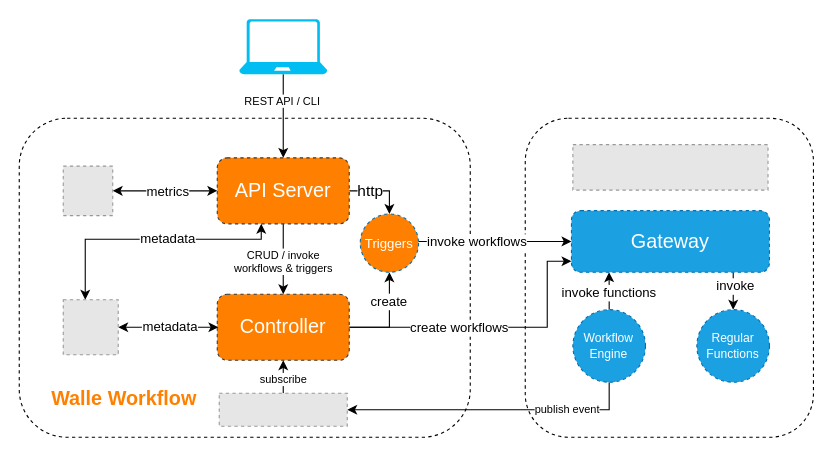
Earlier version of the draw.io diagram Architecture.drawio (yubinnng/walle). Source tidied: cells renumbered, new cells numbered last; positions are measured from the earlier drawing's top-left corner, leaving out a move shared by most shapes. Both pictures are drawn from the tidied source at 110%, with x=0, y=0 at pixel (19, 19). Pictures stored in the file or linked from it are replaced by grey dashed boxes.
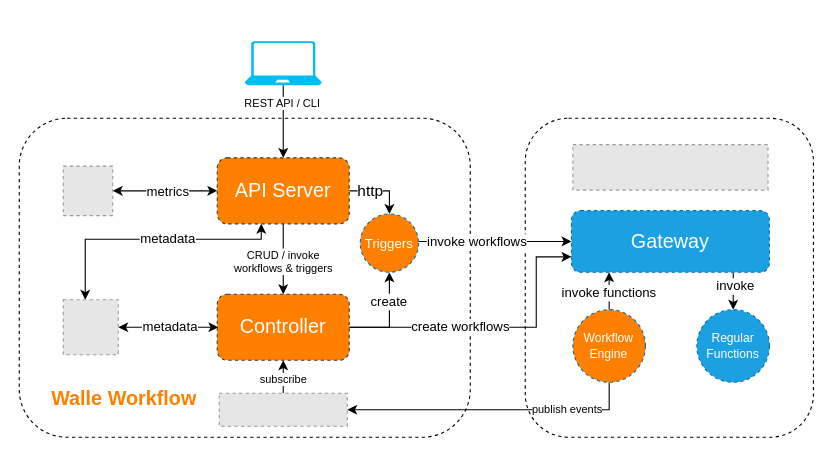
The same page after the edit.

Unchanged cells that the change refers to:
```xml
<mxCell id="6" value="Gateway" style="whiteSpace=wrap;html=1;rounded=1;dashed=1;fillColor=#1ba1e2;fontColor=#ffffff;strokeColor=#006EAF;fontSize=18;" parent="1" vertex="1">
  <mxGeometry x="502" y="174" width="180" height="56" as="geometry" />
</mxCell>
<mxCell id="10" style="edgeStyle=orthogonalEdgeStyle;rounded=0;jettySize=auto;html=1;entryX=1;entryY=0.5;entryDx=0;entryDy=0;fontSize=12;fontColor=#000000;startArrow=none;startFill=0;endArrow=classic;endFill=1;exitX=0.5;exitY=1;exitDx=0;exitDy=0;" parent="1" edge="1" source="12" target="31">
  <mxGeometry relative="1" as="geometry" />
</mxCell>
<mxCell id="19" style="edgeStyle=orthogonalEdgeStyle;rounded=0;jettySize=auto;html=1;fontSize=18;fontColor=#FFFFFF;" parent="1" edge="1" source="21" target="18">
  <mxGeometry relative="1" as="geometry" />
</mxCell>
<mxCell id="30" value="Controller" style="whiteSpace=wrap;html=1;rounded=1;dashed=1;fontSize=18;fillColor=#FF8000;strokeColor=#36393d;fontColor=#FFFFFF;" parent="1" vertex="1">
  <mxGeometry x="180" y="250" width="120" height="60" as="geometry" />
</mxCell>
```

The edit, as a diff of the source:
```diff
@@
-    <mxCell id="11" value="publish event" style="edgeLabel;html=1;align=center;verticalAlign=middle;fontSize=10;fontColor=#000000;" parent="10" vertex="1">
+    <mxCell id="11" value="publish events" style="edgeLabel;html=1;align=center;verticalAlign=middle;fontSize=10;fontColor=#000000;" parent="10" vertex="1">
       <mxGeometry x="0.26" y="-1" relative="1" as="geometry">
         <mxPoint x="102" y="-1" as="offset" />
       </mxGeometry>
     </mxCell>
-    <mxCell id="12" value="Workflow&lt;br&gt;Engine" style="ellipse;whiteSpace=wrap;html=1;rounded=1;dashed=1;fontSize=11;fillColor=#1ba1e2;fontColor=#ffffff;strokeColor=#006EAF;" parent="1" vertex="1">
+    <mxCell id="12" value="Workflow&lt;br&gt;Engine" style="ellipse;whiteSpace=wrap;html=1;rounded=1;dashed=1;fontSize=11;fillColor=#FF8000;fontColor=#ffffff;strokeColor=#006EAF;" parent="1" vertex="1">
       <mxGeometry x="503.3" y="264" width="66" height="66" as="geometry" />
     </mxCell>
@@
     <mxCell id="20" value="REST API / CLI" style="edgeLabel;html=1;align=center;verticalAlign=middle;fontSize=10;fontColor=#000000;" parent="19" vertex="1">
-      <mxGeometry x="-0.4" y="-2" relative="1" as="geometry" />
+      <mxGeometry x="-0.4" y="-2" relative="1" as="geometry">
+        <mxPoint y="-5" as="offset" />
+      </mxGeometry>
     </mxCell>
     <mxCell id="21" style="verticalLabelPosition=bottom;html=1;verticalAlign=top;align=center;strokeColor=none;fillColor=#00BEF2;shape=mxgraph.azure.laptop;rounded=1;dashed=1;fontSize=18;fontColor=#FFFFFF;" parent="1" vertex="1">
-      <mxGeometry x="200" width="80" height="50" as="geometry" />
+      <mxGeometry x="205" y="20" width="70" height="40" as="geometry" />
     </mxCell>
@@
-    <mxCell id="26" style="edgeStyle=orthogonalEdgeStyle;rounded=0;jettySize=auto;html=1;fontSize=12;fontColor=#000000;startArrow=none;startFill=0;endArrow=classic;endFill=1;" parent="1" edge="1" source="30">
+    <mxCell id="26" style="edgeStyle=orthogonalEdgeStyle;rounded=0;jettySize=auto;html=1;fontSize=12;fontColor=#000000;startArrow=none;startFill=0;endArrow=classic;endFill=1;entryX=0;entryY=0.75;entryDx=0;entryDy=0;" parent="1" edge="1" source="30" target="6">
       <mxGeometry relative="1" as="geometry">
-        <mxPoint x="502" y="220" as="targetPoint" />
         <Array as="points">
-          <mxPoint x="480" y="280" />
-          <mxPoint x="480" y="220" />
-          <mxPoint x="502" y="220" />
+          <mxPoint x="470" y="280" />
+          <mxPoint x="470" y="216" />
         </Array>
       </mxGeometry>
     </mxCell>
     <mxCell id="27" value="create workflows" style="edgeLabel;html=1;align=center;verticalAlign=middle;fontSize=12;fontColor=#000000;" parent="26" vertex="1">
       <mxGeometry x="-0.68" y="-2" relative="1" as="geometry">
-        <mxPoint x="57" y="-2" as="offset" />
+        <mxPoint x="57" y="-3" as="offset" />
       </mxGeometry>
     </mxCell>
```
